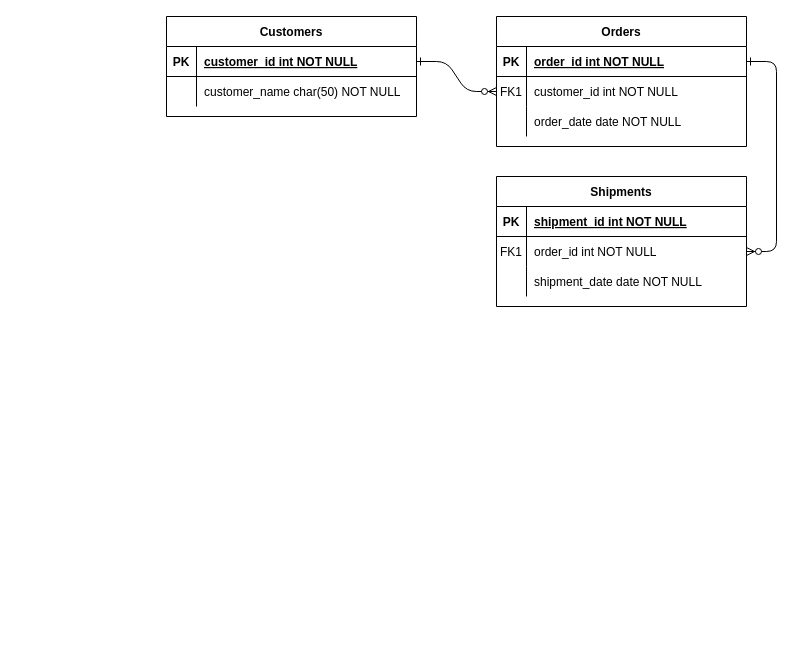
Before: database.drawio in Draconim/webprog3, a draw.io diagram. Source tidied: cells renumbered, new cells numbered last; positions are measured from the earlier drawing's top-left corner, leaving out a move shared by most shapes. Both pictures are drawn from the tidied source at 100%, with x=0, y=0 at pixel (166, 16).
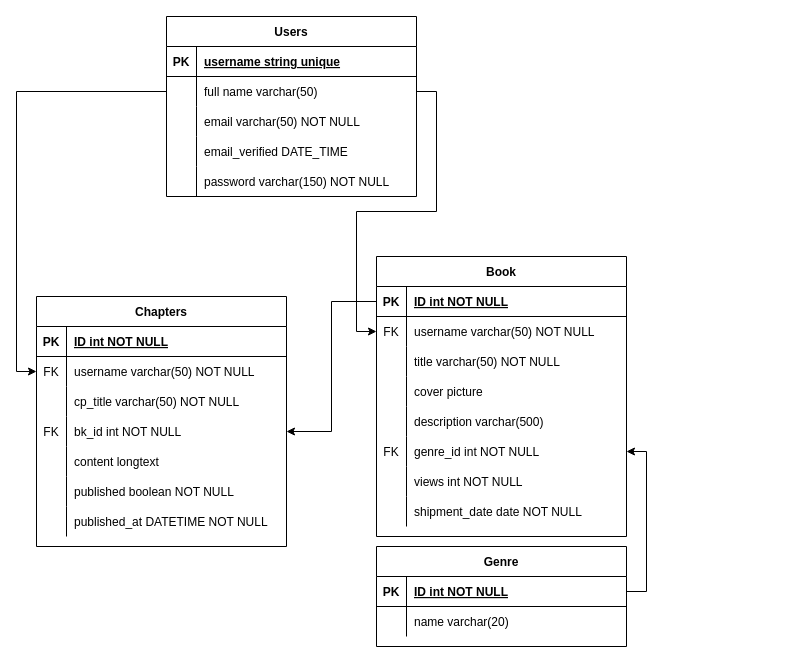
Above is the later version.

Unchanged cells that the change refers to:
```xml
<mxCell id="5" style="shape=partialRectangle;fillColor=none;points=[[0,0.5],[1,0.5]];portConstraint=eastwest;top=0;left=0;right=0;bottom=1;" parent="4" vertex="1">
  <mxGeometry y="30" width="250" height="30" as="geometry" />
</mxCell>
<mxCell id="8" style="shape=partialRectangle;fillColor=none;points=[[0,0.5],[1,0.5]];portConstraint=eastwest;top=0;left=0;right=0;bottom=0;" parent="4" vertex="1">
  <mxGeometry y="60" width="250" height="30" as="geometry" />
</mxCell>
<mxCell id="15" style="shape=partialRectangle;fillColor=none;points=[[0,0.5],[1,0.5]];portConstraint=eastwest;top=0;left=0;right=0;bottom=1;" parent="14" vertex="1">
  <mxGeometry y="30" width="250" height="30" as="geometry" />
</mxCell>
<mxCell id="18" style="shape=partialRectangle;fillColor=none;points=[[0,0.5],[1,0.5]];portConstraint=eastwest;top=0;left=0;right=0;bottom=0;" parent="14" vertex="1">
  <mxGeometry y="60" width="250" height="30" as="geometry" />
</mxCell>
<mxCell id="21" style="shape=partialRectangle;fillColor=none;top=0;left=0;right=0;bottom=0;" parent="14" vertex="1">
  <mxGeometry y="90" width="250" height="30" as="geometry" />
</mxCell>
<mxCell id="25" style="shape=partialRectangle;fillColor=none;points=[[0,0.5],[1,0.5]];portConstraint=eastwest;top=0;left=0;right=0;bottom=1;" parent="24" vertex="1">
  <mxGeometry y="30" width="250" height="30" as="geometry" />
</mxCell>
<mxCell id="28" style="shape=partialRectangle;fillColor=none;points=[[0,0.5],[1,0.5]];portConstraint=eastwest;top=0;left=0;right=0;bottom=0;" parent="24" vertex="1">
  <mxGeometry y="60" width="250" height="30" as="geometry" />
</mxCell>
```

Diff of the diagram source:
```diff
@@
-    <mxCell id="2" style="edgeStyle=entityRelationEdgeStyle;endArrow=ERzeroToMany;startArrow=ERone;endFill=1;startFill=0;" parent="1" edge="1" source="25" target="8">
-      <mxGeometry relative="1" as="geometry" />
-    </mxCell>
-    <mxCell id="3" style="edgeStyle=entityRelationEdgeStyle;endArrow=ERzeroToMany;startArrow=ERone;endFill=1;startFill=0;" parent="1" edge="1" source="5" target="18">
-      <mxGeometry relative="1" as="geometry" />
-    </mxCell>
-    <mxCell id="4" value="Orders" style="shape=table;startSize=30;childLayout=tableLayout;rowLines=0;fontStyle=1;align=center;" parent="1" vertex="1">
-      <mxGeometry x="330" width="250" height="130" as="geometry" />
+    <mxCell id="4" value="Genre" style="shape=table;startSize=30;childLayout=tableLayout;rowLines=0;fontStyle=1;align=center;" parent="1" vertex="1">
+      <mxGeometry x="210" y="530" width="250" height="100" as="geometry" />
     </mxCell>
@@
-    <mxCell id="7" value="order_id int NOT NULL " style="shape=partialRectangle;overflow=hidden;fillColor=none;top=0;left=0;bottom=0;right=0;align=left;spacingLeft=6;fontStyle=5;" parent="5" vertex="1">
+    <mxCell id="7" value="ID int NOT NULL" style="shape=partialRectangle;overflow=hidden;fillColor=none;top=0;left=0;bottom=0;right=0;align=left;spacingLeft=6;fontStyle=5;" parent="5" vertex="1">
       <mxGeometry x="30" width="220" height="30" as="geometry" />
     </mxCell>
@@
-    <mxCell id="9" value="FK1" style="shape=partialRectangle;overflow=hidden;fillColor=none;top=0;left=0;bottom=0;right=0;" parent="8" vertex="1">
+    <mxCell id="9" style="shape=partialRectangle;overflow=hidden;fillColor=none;top=0;left=0;bottom=0;right=0;" parent="8" vertex="1">
       <mxGeometry width="30" height="30" as="geometry" />
     </mxCell>
-    <mxCell id="10" value="customer_id int NOT NULL" style="shape=partialRectangle;overflow=hidden;fillColor=none;top=0;left=0;bottom=0;right=0;align=left;spacingLeft=6;" parent="8" vertex="1">
+    <mxCell id="10" value="name varchar(20)" style="shape=partialRectangle;overflow=hidden;fillColor=none;top=0;left=0;bottom=0;right=0;align=left;spacingLeft=6;" parent="8" vertex="1">
       <mxGeometry x="30" width="220" height="30" as="geometry" />
     </mxCell>
-    <mxCell id="11" style="shape=partialRectangle;fillColor=none;top=0;left=0;right=0;bottom=0;" parent="4" vertex="1">
-      <mxGeometry y="90" width="250" height="30" as="geometry" />
-    </mxCell>
-    <mxCell id="12" style="shape=partialRectangle;overflow=hidden;fillColor=none;top=0;left=0;bottom=0;right=0;" parent="11" vertex="1">
-      <mxGeometry width="30" height="30" as="geometry" />
-    </mxCell>
-    <mxCell id="13" value="order_date date NOT NULL" style="shape=partialRectangle;overflow=hidden;fillColor=none;top=0;left=0;bottom=0;right=0;align=left;spacingLeft=6;" parent="11" vertex="1">
-      <mxGeometry x="30" width="220" height="30" as="geometry" />
-    </mxCell>
-    <mxCell id="14" value="Shipments" style="shape=table;startSize=30;childLayout=tableLayout;rowLines=0;fontStyle=1;align=center;" parent="1" vertex="1">
-      <mxGeometry x="330" y="160" width="250" height="130" as="geometry" />
+    <mxCell id="14" value="Book" style="shape=table;startSize=30;childLayout=tableLayout;rowLines=0;fontStyle=1;align=center;" parent="1" vertex="1">
+      <mxGeometry x="210" y="240" width="250" height="280" as="geometry" />
     </mxCell>
@@
-    <mxCell id="17" value="shipment_id int NOT NULL " style="shape=partialRectangle;overflow=hidden;fillColor=none;top=0;left=0;bottom=0;right=0;align=left;spacingLeft=6;fontStyle=5;" parent="15" vertex="1">
+    <mxCell id="17" value="ID int NOT NULL" style="shape=partialRectangle;overflow=hidden;fillColor=none;top=0;left=0;bottom=0;right=0;align=left;spacingLeft=6;fontStyle=5;" parent="15" vertex="1">
       <mxGeometry x="30" width="220" height="30" as="geometry" />
     </mxCell>
@@
-    <mxCell id="19" value="FK1" style="shape=partialRectangle;overflow=hidden;fillColor=none;top=0;left=0;bottom=0;right=0;" parent="18" vertex="1">
+    <mxCell id="19" value="FK" style="shape=partialRectangle;overflow=hidden;fillColor=none;top=0;left=0;bottom=0;right=0;" parent="18" vertex="1">
       <mxGeometry width="30" height="30" as="geometry" />
     </mxCell>
-    <mxCell id="20" value="order_id int NOT NULL" style="shape=partialRectangle;overflow=hidden;fillColor=none;top=0;left=0;bottom=0;right=0;align=left;spacingLeft=6;" parent="18" vertex="1">
+    <mxCell id="20" value="username varchar(50) NOT NULL" style="shape=partialRectangle;overflow=hidden;fillColor=none;top=0;left=0;bottom=0;right=0;align=left;spacingLeft=6;" parent="18" vertex="1">
       <mxGeometry x="30" width="220" height="30" as="geometry" />
     </mxCell>
@@
-    <mxCell id="23" value="shipment_date date NOT NULL" style="shape=partialRectangle;overflow=hidden;fillColor=none;top=0;left=0;bottom=0;right=0;align=left;spacingLeft=6;" parent="21" vertex="1">
+    <mxCell id="23" value="title varchar(50) NOT NULL" style="shape=partialRectangle;overflow=hidden;fillColor=none;top=0;left=0;bottom=0;right=0;align=left;spacingLeft=6;" parent="21" vertex="1">
       <mxGeometry x="30" width="220" height="30" as="geometry" />
     </mxCell>
+    <mxCell id="31" style="shape=partialRectangle;fillColor=none;top=0;left=0;right=0;bottom=0;" parent="14" vertex="1">
+      <mxGeometry y="120" width="250" height="30" as="geometry" />
+    </mxCell>
+    <mxCell id="32" style="shape=partialRectangle;overflow=hidden;fillColor=none;top=0;left=0;bottom=0;right=0;" parent="31" vertex="1">
+      <mxGeometry width="30" height="30" as="geometry" />
+    </mxCell>
+    <mxCell id="33" value="cover picture" style="shape=partialRectangle;overflow=hidden;fillColor=none;top=0;left=0;bottom=0;right=0;align=left;spacingLeft=6;" parent="31" vertex="1">
+      <mxGeometry x="30" width="220" height="30" as="geometry" />
+    </mxCell>
+    <mxCell id="34" style="shape=partialRectangle;fillColor=none;top=0;left=0;right=0;bottom=0;" parent="14" vertex="1">
+      <mxGeometry y="150" width="250" height="30" as="geometry" />
+    </mxCell>
+    <mxCell id="35" style="shape=partialRectangle;overflow=hidden;fillColor=none;top=0;left=0;bottom=0;right=0;" parent="34" vertex="1">
+      <mxGeometry width="30" height="30" as="geometry" />
+    </mxCell>
+    <mxCell id="36" value="description varchar(500)" style="shape=partialRectangle;overflow=hidden;fillColor=none;top=0;left=0;bottom=0;right=0;align=left;spacingLeft=6;" parent="34" vertex="1">
+      <mxGeometry x="30" width="220" height="30" as="geometry" />
+    </mxCell>
+    <mxCell id="37" style="shape=partialRectangle;fillColor=none;points=[[0,0.5],[1,0.5]];portConstraint=eastwest;top=0;left=0;right=0;bottom=0;" parent="14" vertex="1">
+      <mxGeometry y="180" width="250" height="30" as="geometry" />
+    </mxCell>
+    <mxCell id="38" value="FK" style="shape=partialRectangle;overflow=hidden;fillColor=none;top=0;left=0;bottom=0;right=0;" parent="37" vertex="1">
+      <mxGeometry width="30" height="30" as="geometry" />
+    </mxCell>
+    <mxCell id="39" value="genre_id int NOT NULL" style="shape=partialRectangle;overflow=hidden;fillColor=none;top=0;left=0;bottom=0;right=0;align=left;spacingLeft=6;" parent="37" vertex="1">
+      <mxGeometry x="30" width="220" height="30" as="geometry" />
+    </mxCell>
+    <mxCell id="40" style="shape=partialRectangle;fillColor=none;top=0;left=0;right=0;bottom=0;" parent="14" vertex="1">
+      <mxGeometry y="210" width="250" height="30" as="geometry" />
+    </mxCell>
+    <mxCell id="41" style="shape=partialRectangle;overflow=hidden;fillColor=none;top=0;left=0;bottom=0;right=0;" parent="40" vertex="1">
+      <mxGeometry width="30" height="30" as="geometry" />
+    </mxCell>
+    <mxCell id="42" value="views int NOT NULL" style="shape=partialRectangle;overflow=hidden;fillColor=none;top=0;left=0;bottom=0;right=0;align=left;spacingLeft=6;" parent="40" vertex="1">
+      <mxGeometry x="30" width="220" height="30" as="geometry" />
+    </mxCell>
+    <mxCell id="43" style="shape=partialRectangle;fillColor=none;top=0;left=0;right=0;bottom=0;" parent="14" vertex="1">
+      <mxGeometry y="240" width="250" height="30" as="geometry" />
+    </mxCell>
+    <mxCell id="44" style="shape=partialRectangle;overflow=hidden;fillColor=none;top=0;left=0;bottom=0;right=0;" parent="43" vertex="1">
+      <mxGeometry width="30" height="30" as="geometry" />
+    </mxCell>
+    <mxCell id="45" value="shipment_date date NOT NULL" style="shape=partialRectangle;overflow=hidden;fillColor=none;top=0;left=0;bottom=0;right=0;align=left;spacingLeft=6;" parent="43" vertex="1">
+      <mxGeometry x="30" width="220" height="30" as="geometry" />
+    </mxCell>
-    <mxCell id="24" value="Customers" style="shape=table;startSize=30;childLayout=tableLayout;rowLines=0;fontStyle=1;align=center;" parent="1" vertex="1">
-      <mxGeometry width="250" height="100" as="geometry" />
+    <mxCell id="24" value="Users" style="shape=table;startSize=30;childLayout=tableLayout;rowLines=0;fontStyle=1;align=center;" parent="1" vertex="1">
+      <mxGeometry width="250" height="180" as="geometry" />
     </mxCell>
@@
-    <mxCell id="27" value="customer_id int NOT NULL " style="shape=partialRectangle;overflow=hidden;fillColor=none;top=0;left=0;bottom=0;right=0;align=left;spacingLeft=6;fontStyle=5;" parent="25" vertex="1">
+    <mxCell id="27" value="username string unique" style="shape=partialRectangle;overflow=hidden;fillColor=none;top=0;left=0;bottom=0;right=0;align=left;spacingLeft=6;fontStyle=5;" parent="25" vertex="1">
       <mxGeometry x="30" width="220" height="30" as="geometry" />
     </mxCell>
@@
-    <mxCell id="30" value="customer_name char(50) NOT NULL" style="shape=partialRectangle;overflow=hidden;fillColor=none;top=0;left=0;bottom=0;right=0;align=left;spacingLeft=6;" parent="28" vertex="1">
+    <mxCell id="30" value="full name varchar(50)" style="shape=partialRectangle;overflow=hidden;fillColor=none;top=0;left=0;bottom=0;right=0;align=left;spacingLeft=6;" parent="28" vertex="1">
       <mxGeometry x="30" width="220" height="30" as="geometry" />
     </mxCell>
+    <mxCell id="46" style="shape=partialRectangle;fillColor=none;top=0;left=0;right=0;bottom=0;" parent="24" vertex="1">
+      <mxGeometry y="90" width="250" height="30" as="geometry" />
+    </mxCell>
+    <mxCell id="47" style="shape=partialRectangle;overflow=hidden;fillColor=none;top=0;left=0;bottom=0;right=0;" parent="46" vertex="1">
+      <mxGeometry width="30" height="30" as="geometry" />
+    </mxCell>
+    <mxCell id="48" value="email varchar(50) NOT NULL" style="shape=partialRectangle;overflow=hidden;fillColor=none;top=0;left=0;bottom=0;right=0;align=left;spacingLeft=6;" parent="46" vertex="1">
+      <mxGeometry x="30" width="220" height="30" as="geometry" />
+    </mxCell>
+    <mxCell id="49" style="shape=partialRectangle;fillColor=none;top=0;left=0;right=0;bottom=0;" parent="24" vertex="1">
+      <mxGeometry y="120" width="250" height="30" as="geometry" />
+    </mxCell>
+    <mxCell id="50" style="shape=partialRectangle;overflow=hidden;fillColor=none;top=0;left=0;bottom=0;right=0;" parent="49" vertex="1">
+      <mxGeometry width="30" height="30" as="geometry" />
+    </mxCell>
+    <mxCell id="51" value="email_verified DATE_TIME" style="shape=partialRectangle;overflow=hidden;fillColor=none;top=0;left=0;bottom=0;right=0;align=left;spacingLeft=6;" parent="49" vertex="1">
+      <mxGeometry x="30" width="220" height="30" as="geometry" />
+    </mxCell>
+    <mxCell id="52" style="shape=partialRectangle;fillColor=none;top=0;left=0;right=0;bottom=0;" parent="24" vertex="1">
+      <mxGeometry y="150" width="250" height="30" as="geometry" />
+    </mxCell>
+    <mxCell id="53" style="shape=partialRectangle;overflow=hidden;fillColor=none;top=0;left=0;bottom=0;right=0;" parent="52" vertex="1">
+      <mxGeometry width="30" height="30" as="geometry" />
+    </mxCell>
+    <mxCell id="54" value="password varchar(150) NOT NULL" style="shape=partialRectangle;overflow=hidden;fillColor=none;top=0;left=0;bottom=0;right=0;align=left;spacingLeft=6;" parent="52" vertex="1">
+      <mxGeometry x="30" width="220" height="30" as="geometry" />
+    </mxCell>
+    <mxCell id="55" style="edgeStyle=orthogonalEdgeStyle;rounded=0;jettySize=auto;html=1;exitX=1;exitY=0.5;exitDx=0;exitDy=0;" parent="1" edge="1" source="28" target="18">
+      <mxGeometry relative="1" as="geometry" />
+    </mxCell>
+    <mxCell id="56" value="Chapters" style="shape=table;startSize=30;childLayout=tableLayout;rowLines=0;fontStyle=1;align=center;" parent="1" vertex="1">
+      <mxGeometry x="-130" y="280" width="250" height="250" as="geometry" />
+    </mxCell>
+    <mxCell id="57" style="shape=partialRectangle;fillColor=none;top=0;left=0;right=0;bottom=1;" parent="56" vertex="1">
+      <mxGeometry y="30" width="250" height="30" as="geometry" />
+    </mxCell>
+    <mxCell id="58" value="PK" style="shape=partialRectangle;overflow=hidden;fillColor=none;top=0;left=0;bottom=0;right=0;fontStyle=1;" parent="57" vertex="1">
+      <mxGeometry width="30" height="30" as="geometry" />
+    </mxCell>
+    <mxCell id="59" value="ID int NOT NULL" style="shape=partialRectangle;overflow=hidden;fillColor=none;top=0;left=0;bottom=0;right=0;align=left;spacingLeft=6;fontStyle=5;" parent="57" vertex="1">
+      <mxGeometry x="30" width="220" height="30" as="geometry" />
+    </mxCell>
+    <mxCell id="60" style="shape=partialRectangle;fillColor=none;points=[[0,0.5],[1,0.5]];portConstraint=eastwest;top=0;left=0;right=0;bottom=0;" parent="56" vertex="1">
+      <mxGeometry y="60" width="250" height="30" as="geometry" />
+    </mxCell>
+    <mxCell id="61" value="FK" style="shape=partialRectangle;overflow=hidden;fillColor=none;top=0;left=0;bottom=0;right=0;" parent="60" vertex="1">
+      <mxGeometry width="30" height="30" as="geometry" />
+    </mxCell>
+    <mxCell id="62" value="username varchar(50) NOT NULL" style="shape=partialRectangle;overflow=hidden;fillColor=none;top=0;left=0;bottom=0;right=0;align=left;spacingLeft=6;" parent="60" vertex="1">
+      <mxGeometry x="30" width="220" height="30" as="geometry" />
+    </mxCell>
+    <mxCell id="63" style="shape=partialRectangle;fillColor=none;top=0;left=0;right=0;bottom=0;" parent="56" vertex="1">
+      <mxGeometry y="90" width="250" height="30" as="geometry" />
+    </mxCell>
+    <mxCell id="64" style="shape=partialRectangle;overflow=hidden;fillColor=none;top=0;left=0;bottom=0;right=0;" parent="63" vertex="1">
+      <mxGeometry width="30" height="30" as="geometry" />
+    </mxCell>
+    <mxCell id="65" value="cp_title varchar(50) NOT NULL" style="shape=partialRectangle;overflow=hidden;fillColor=none;top=0;left=0;bottom=0;right=0;align=left;spacingLeft=6;" parent="63" vertex="1">
+      <mxGeometry x="30" width="220" height="30" as="geometry" />
+    </mxCell>
+    <mxCell id="66" style="shape=partialRectangle;fillColor=none;points=[[0,0.5],[1,0.5]];portConstraint=eastwest;top=0;left=0;right=0;bottom=0;" parent="56" vertex="1">
+      <mxGeometry y="120" width="250" height="30" as="geometry" />
+    </mxCell>
+    <mxCell id="67" value="FK" style="shape=partialRectangle;overflow=hidden;fillColor=none;top=0;left=0;bottom=0;right=0;" parent="66" vertex="1">
+      <mxGeometry width="30" height="30" as="geometry" />
+    </mxCell>
+    <mxCell id="68" value="bk_id int NOT NULL" style="shape=partialRectangle;overflow=hidden;fillColor=none;top=0;left=0;bottom=0;right=0;align=left;spacingLeft=6;" parent="66" vertex="1">
+      <mxGeometry x="30" width="220" height="30" as="geometry" />
+    </mxCell>
+    <mxCell id="69" style="shape=partialRectangle;fillColor=none;top=0;left=0;right=0;bottom=0;" parent="56" vertex="1">
+      <mxGeometry y="150" width="250" height="30" as="geometry" />
+    </mxCell>
+    <mxCell id="70" style="shape=partialRectangle;overflow=hidden;fillColor=none;top=0;left=0;bottom=0;right=0;" parent="69" vertex="1">
+      <mxGeometry width="30" height="30" as="geometry" />
+    </mxCell>
+    <mxCell id="71" value="content longtext" style="shape=partialRectangle;overflow=hidden;fillColor=none;top=0;left=0;bottom=0;right=0;align=left;spacingLeft=6;" parent="69" vertex="1">
+      <mxGeometry x="30" width="220" height="30" as="geometry" />
+    </mxCell>
+    <mxCell id="72" style="shape=partialRectangle;fillColor=none;top=0;left=0;right=0;bottom=0;" parent="56" vertex="1">
+      <mxGeometry y="180" width="250" height="30" as="geometry" />
+    </mxCell>
+    <mxCell id="73" style="shape=partialRectangle;overflow=hidden;fillColor=none;top=0;left=0;bottom=0;right=0;" parent="72" vertex="1">
+      <mxGeometry width="30" height="30" as="geometry" />
+    </mxCell>
+    <mxCell id="74" value="published boolean NOT NULL" style="shape=partialRectangle;overflow=hidden;fillColor=none;top=0;left=0;bottom=0;right=0;align=left;spacingLeft=6;" parent="72" vertex="1">
+      <mxGeometry x="30" width="220" height="30" as="geometry" />
+    </mxCell>
+    <mxCell id="75" style="shape=partialRectangle;fillColor=none;top=0;left=0;right=0;bottom=0;" parent="56" vertex="1">
+      <mxGeometry y="210" width="250" height="30" as="geometry" />
+    </mxCell>
+    <mxCell id="76" style="shape=partialRectangle;overflow=hidden;fillColor=none;top=0;left=0;bottom=0;right=0;" parent="75" vertex="1">
+      <mxGeometry width="30" height="30" as="geometry" />
+    </mxCell>
+    <mxCell id="77" value="published_at DATETIME NOT NULL" style="shape=partialRectangle;overflow=hidden;fillColor=none;top=0;left=0;bottom=0;right=0;align=left;spacingLeft=6;" parent="75" vertex="1">
+      <mxGeometry x="30" width="220" height="30" as="geometry" />
+    </mxCell>
+    <mxCell id="78" style="edgeStyle=orthogonalEdgeStyle;rounded=0;jettySize=auto;html=1;exitX=0;exitY=0.5;exitDx=0;exitDy=0;entryX=0;entryY=0.5;entryDx=0;entryDy=0;" parent="1" edge="1" source="28" target="60">
+      <mxGeometry relative="1" as="geometry" />
+    </mxCell>
+    <mxCell id="79" style="edgeStyle=orthogonalEdgeStyle;rounded=0;jettySize=auto;html=1;exitX=0;exitY=0.5;exitDx=0;exitDy=0;entryX=1;entryY=0.5;entryDx=0;entryDy=0;" parent="1" edge="1" source="15" target="66">
+      <mxGeometry relative="1" as="geometry" />
+    </mxCell>
+    <mxCell id="80" style="edgeStyle=orthogonalEdgeStyle;rounded=0;jettySize=auto;html=1;exitX=1;exitY=0.5;exitDx=0;exitDy=0;entryX=1;entryY=0.5;entryDx=0;entryDy=0;" parent="1" edge="1" source="5" target="37">
+      <mxGeometry relative="1" as="geometry" />
+    </mxCell>
```
